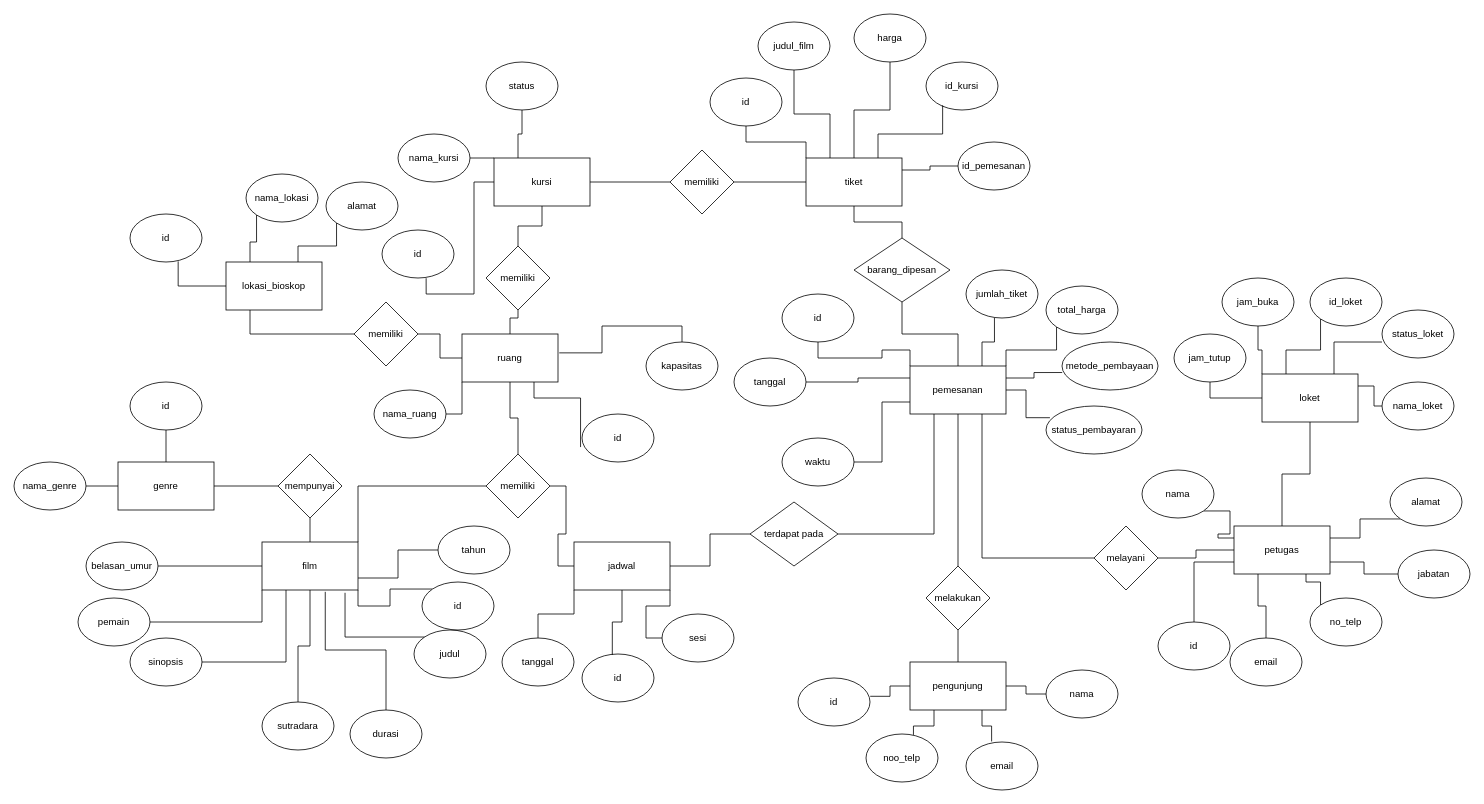
Before: page "Page-1" (1 of 4) of erd bisokop.drawio in AlvinAditiya117/Draw-IO, a draw.io diagram. Source tidied: cells renumbered, new cells numbered last; positions are measured from the earlier drawing's top-left corner, leaving out a move shared by most shapes. Both pictures are drawn from the tidied source at 80%, with x=0, y=0 at pixel (14, 14).
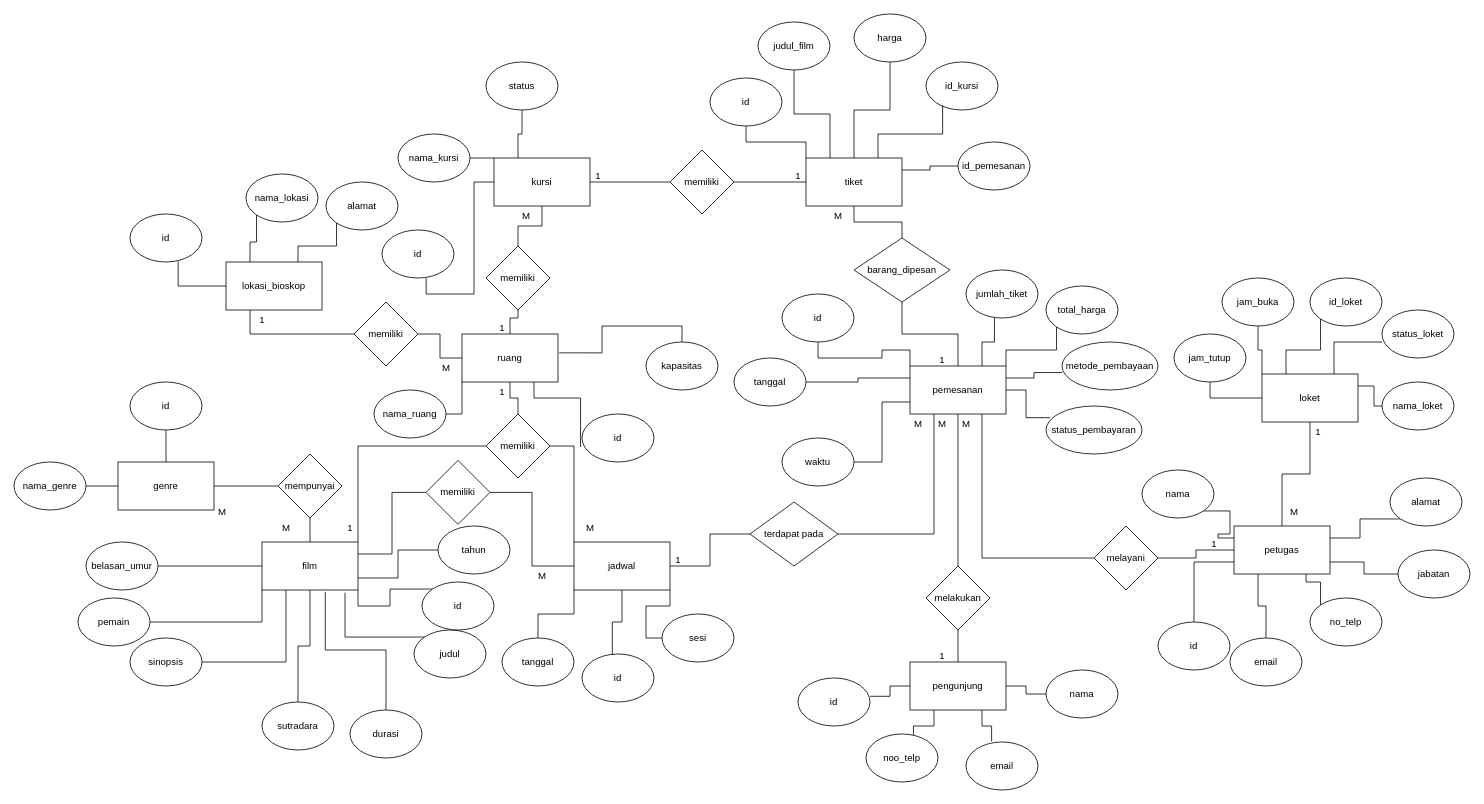
After the change.

The change refers to these unchanged cells:
```xml
<mxCell id="11" value="film" style="rounded=0;whiteSpace=wrap;html=1;" parent="1" vertex="1">
  <mxGeometry x="310" y="660" width="120" height="60" as="geometry" />
</mxCell>
<mxCell id="34" value="jadwal" style="rounded=0;whiteSpace=wrap;html=1;" parent="1" vertex="1">
  <mxGeometry x="700" y="660" width="120" height="60" as="geometry" />
</mxCell>
<mxCell id="43" value="ruang" style="rounded=0;whiteSpace=wrap;html=1;" parent="1" vertex="1">
  <mxGeometry x="560" y="400" width="120" height="60" as="geometry" />
</mxCell>
```

Change to the diagram source:
```diff
@@
+    <mxCell id="140" style="edgeStyle=orthogonalEdgeStyle;rounded=0;jettySize=auto;html=1;exitX=1;exitY=0.25;exitDx=0;exitDy=0;entryX=0;entryY=0.5;entryDx=0;entryDy=0;endArrow=none;" parent="1" edge="1" source="11" target="150">
+      <mxGeometry relative="1" as="geometry" />
+    </mxCell>
@@
+    <mxCell id="29" style="edgeStyle=orthogonalEdgeStyle;rounded=0;jettySize=auto;html=1;exitX=0.5;exitY=0;exitDx=0;exitDy=0;entryX=0.5;entryY=1;entryDx=0;entryDy=0;endArrow=none;" parent="1" edge="1" source="30" target="43">
+      <mxGeometry relative="1" as="geometry" />
+    </mxCell>
-    <mxCell id="28" style="edgeStyle=orthogonalEdgeStyle;rounded=0;jettySize=auto;html=1;exitX=1;exitY=0.5;exitDx=0;exitDy=0;entryX=0;entryY=0.5;entryDx=0;entryDy=0;endArrow=none;" parent="1" edge="1" source="30" target="34">
+    <mxCell id="28" style="edgeStyle=orthogonalEdgeStyle;rounded=0;jettySize=auto;html=1;exitX=1;exitY=0.5;exitDx=0;exitDy=0;entryX=0;entryY=0;entryDx=0;entryDy=0;endArrow=none;" parent="1" edge="1" source="30" target="34">
       <mxGeometry relative="1" as="geometry" />
     </mxCell>
-    <mxCell id="29" style="edgeStyle=orthogonalEdgeStyle;rounded=0;jettySize=auto;html=1;exitX=0.5;exitY=0;exitDx=0;exitDy=0;entryX=0.5;entryY=1;entryDx=0;entryDy=0;endArrow=none;" parent="1" edge="1" source="30" target="43">
-      <mxGeometry relative="1" as="geometry" />
-    </mxCell>
     <mxCell id="30" value="memiliki" style="rhombus;whiteSpace=wrap;html=1;" parent="1" vertex="1">
-      <mxGeometry x="590" y="550" width="80" height="80" as="geometry" />
+      <mxGeometry x="590" y="500" width="80" height="80" as="geometry" />
     </mxCell>
@@
+    <mxCell id="141" value="M" style="text;html=1;align=center;verticalAlign=middle;strokeColor=none;fillColor=none;" parent="1" vertex="1">
+      <mxGeometry x="245" y="608" width="30" height="30" as="geometry" />
+    </mxCell>
+    <mxCell id="142" value="M" style="text;html=1;align=center;verticalAlign=middle;strokeColor=none;fillColor=none;" parent="1" vertex="1">
+      <mxGeometry x="325" y="628" width="30" height="30" as="geometry" />
+    </mxCell>
+    <mxCell id="143" value="1" style="text;html=1;align=center;verticalAlign=middle;strokeColor=none;fillColor=none;" parent="1" vertex="1">
+      <mxGeometry x="295" y="368" width="30" height="30" as="geometry" />
+    </mxCell>
+    <mxCell id="144" value="1" style="text;html=1;align=center;verticalAlign=middle;strokeColor=none;fillColor=none;" parent="1" vertex="1">
+      <mxGeometry x="405" y="628" width="30" height="30" as="geometry" />
+    </mxCell>
+    <mxCell id="145" value="M" style="text;html=1;align=center;verticalAlign=middle;strokeColor=none;fillColor=none;" parent="1" vertex="1">
+      <mxGeometry x="525" y="428" width="30" height="30" as="geometry" />
+    </mxCell>
+    <mxCell id="146" value="1" style="text;html=1;align=center;verticalAlign=middle;strokeColor=none;fillColor=none;" parent="1" vertex="1">
+      <mxGeometry x="595" y="378" width="30" height="30" as="geometry" />
+    </mxCell>
+    <mxCell id="147" value="1" style="text;html=1;align=center;verticalAlign=middle;strokeColor=none;fillColor=none;" parent="1" vertex="1">
+      <mxGeometry x="595" y="458" width="30" height="30" as="geometry" />
+    </mxCell>
+    <mxCell id="148" value="M" style="text;html=1;align=center;verticalAlign=middle;strokeColor=none;fillColor=none;" parent="1" vertex="1">
+      <mxGeometry x="645" y="688" width="30" height="30" as="geometry" />
+    </mxCell>
+    <mxCell id="149" style="edgeStyle=orthogonalEdgeStyle;rounded=0;jettySize=auto;html=1;exitX=1;exitY=0.5;exitDx=0;exitDy=0;entryX=0;entryY=0.5;entryDx=0;entryDy=0;endArrow=none;" parent="1" edge="1" source="150" target="34">
+      <mxGeometry relative="1" as="geometry" />
+    </mxCell>
+    <mxCell id="150" value="memiliki" style="rhombus;whiteSpace=wrap;html=1;" parent="1" vertex="1">
+      <mxGeometry x="515" y="558" width="80" height="80" as="geometry" />
+    </mxCell>
+    <mxCell id="151" value="M" style="text;html=1;align=center;verticalAlign=middle;strokeColor=none;fillColor=none;" parent="1" vertex="1">
+      <mxGeometry x="705" y="628" width="30" height="30" as="geometry" />
+    </mxCell>
+    <mxCell id="152" value="1" style="text;html=1;align=center;verticalAlign=middle;strokeColor=none;fillColor=none;" parent="1" vertex="1">
+      <mxGeometry x="815" y="668" width="30" height="30" as="geometry" />
+    </mxCell>
+    <mxCell id="153" value="M" style="text;html=1;align=center;verticalAlign=middle;strokeColor=none;fillColor=none;" parent="1" vertex="1">
+      <mxGeometry x="625" y="238" width="30" height="30" as="geometry" />
+    </mxCell>
+    <mxCell id="154" value="1" style="text;html=1;align=center;verticalAlign=middle;strokeColor=none;fillColor=none;" parent="1" vertex="1">
+      <mxGeometry x="715" y="188" width="30" height="30" as="geometry" />
+    </mxCell>
+    <mxCell id="155" value="1" style="text;html=1;align=center;verticalAlign=middle;strokeColor=none;fillColor=none;" parent="1" vertex="1">
+      <mxGeometry x="965" y="188" width="30" height="30" as="geometry" />
+    </mxCell>
+    <mxCell id="156" value="M" style="text;html=1;align=center;verticalAlign=middle;strokeColor=none;fillColor=none;" parent="1" vertex="1">
+      <mxGeometry x="1015" y="238" width="30" height="30" as="geometry" />
+    </mxCell>
+    <mxCell id="157" value="1" style="text;html=1;align=center;verticalAlign=middle;strokeColor=none;fillColor=none;" parent="1" vertex="1">
+      <mxGeometry x="1145" y="418" width="30" height="30" as="geometry" />
+    </mxCell>
+    <mxCell id="158" value="M" style="text;html=1;align=center;verticalAlign=middle;strokeColor=none;fillColor=none;" parent="1" vertex="1">
+      <mxGeometry x="1115" y="498" width="30" height="30" as="geometry" />
+    </mxCell>
+    <mxCell id="159" value="M" style="text;html=1;align=center;verticalAlign=middle;strokeColor=none;fillColor=none;" parent="1" vertex="1">
+      <mxGeometry x="1145" y="498" width="30" height="30" as="geometry" />
+    </mxCell>
+    <mxCell id="160" value="M" style="text;html=1;align=center;verticalAlign=middle;strokeColor=none;fillColor=none;" parent="1" vertex="1">
+      <mxGeometry x="1175" y="498" width="30" height="30" as="geometry" />
+    </mxCell>
+    <mxCell id="161" value="1" style="text;html=1;align=center;verticalAlign=middle;strokeColor=none;fillColor=none;" parent="1" vertex="1">
+      <mxGeometry x="1145" y="788" width="30" height="30" as="geometry" />
+    </mxCell>
+    <mxCell id="162" value="1" style="text;html=1;align=center;verticalAlign=middle;strokeColor=none;fillColor=none;" parent="1" vertex="1">
+      <mxGeometry x="1485" y="648" width="30" height="30" as="geometry" />
+    </mxCell>
+    <mxCell id="163" value="M" style="text;html=1;align=center;verticalAlign=middle;strokeColor=none;fillColor=none;" parent="1" vertex="1">
+      <mxGeometry x="1585" y="608" width="30" height="30" as="geometry" />
+    </mxCell>
+    <mxCell id="164" value="1" style="text;html=1;align=center;verticalAlign=middle;strokeColor=none;fillColor=none;" parent="1" vertex="1">
+      <mxGeometry x="1615" y="508" width="30" height="30" as="geometry" />
+    </mxCell>
```
